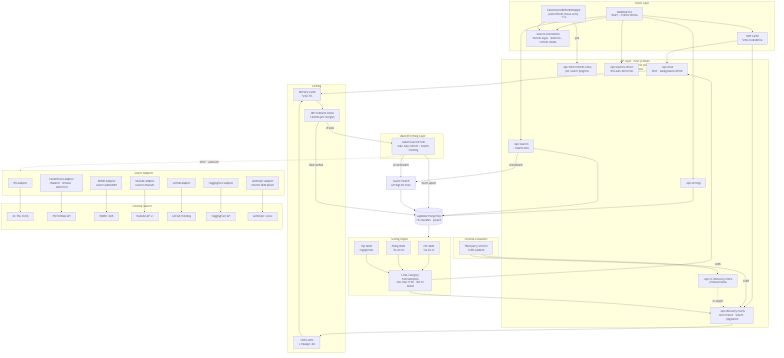
The Mermaid diagram docs/architecture.png in yairbederman/AI-Trends-Dashboard, before a commit. Its source is kept beside it as docs/architecture.mmd.
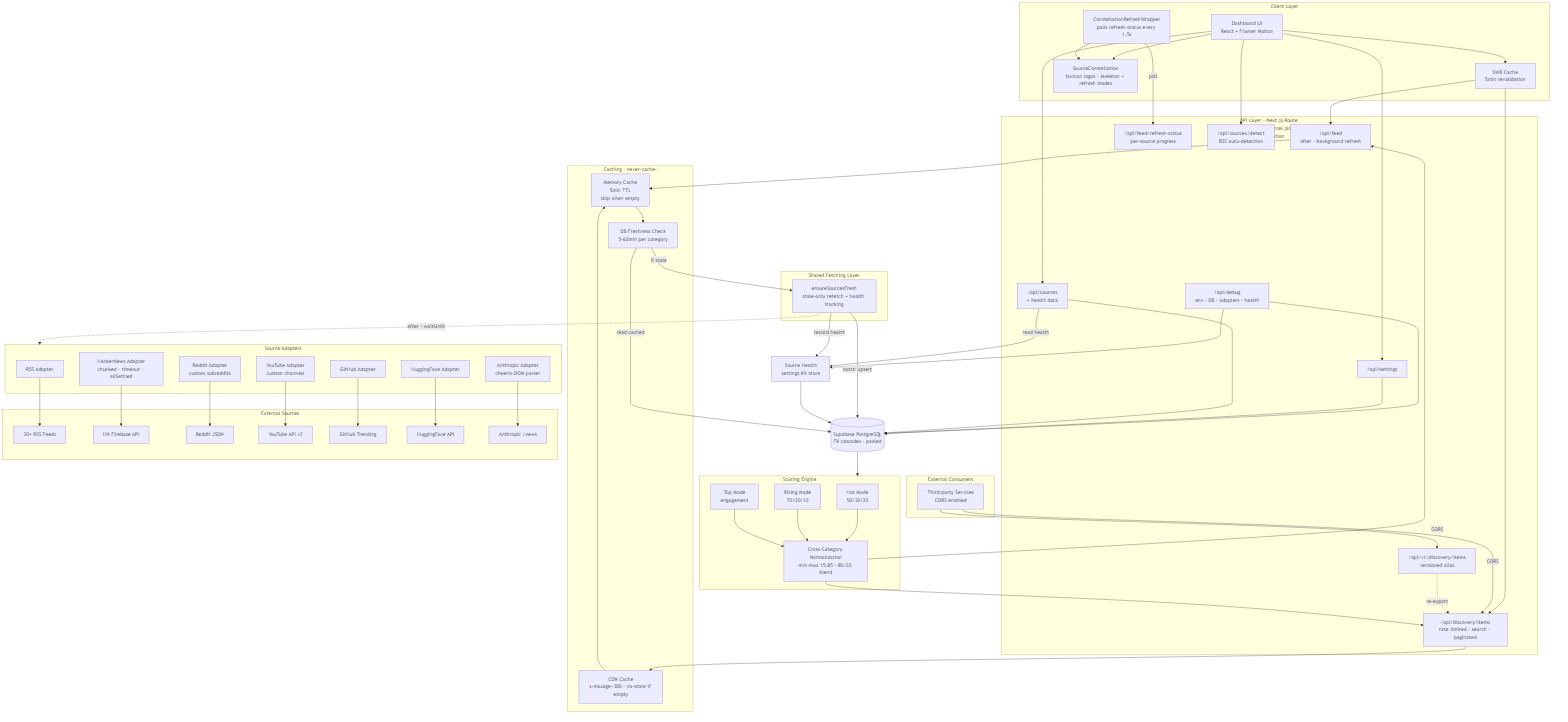
The same file after the commit.

What changed in the source:
```diff
@@ -15,14 +15,15 @@
         RefreshStatus["/api/feed/refresh-status<br/>per-source progress"]
         Discovery["/api/discovery/items<br/>rate limited · search · paginated"]
         V1["/api/v1/discovery/items<br/>versioned alias"]
+        Debug["/api/debug<br/>env · DB · adapters · health"]
         Settings["/api/settings"]
         Sources["/api/sources<br/>+ health data"]
         Detect["/api/sources/detect<br/>RSS auto-detection"]
     end
 
-    subgraph Cache["Caching"]
-        MemCache[Memory Cache<br/>5min TTL]
-        CDNCache[CDN Cache<br/>s-maxage=300]
+    subgraph Cache["Caching · never-cache-empty"]
+        MemCache[Memory Cache<br/>5min TTL<br/>skip when empty]
+        CDNCache[CDN Cache<br/>s-maxage=300 · no-store if empty]
         DBCache[DB Freshness Check<br/>5–60min per category]
     end
 
@@ -74,6 +75,9 @@
     ThirdParty -->|CORS| V1
     V1 -.->|re-export| Discovery
 
+    Debug --> DB
+    Debug --> Health
+
     Feed --> MemCache
     Discovery --> CDNCache
     CDNCache --> MemCache
```
